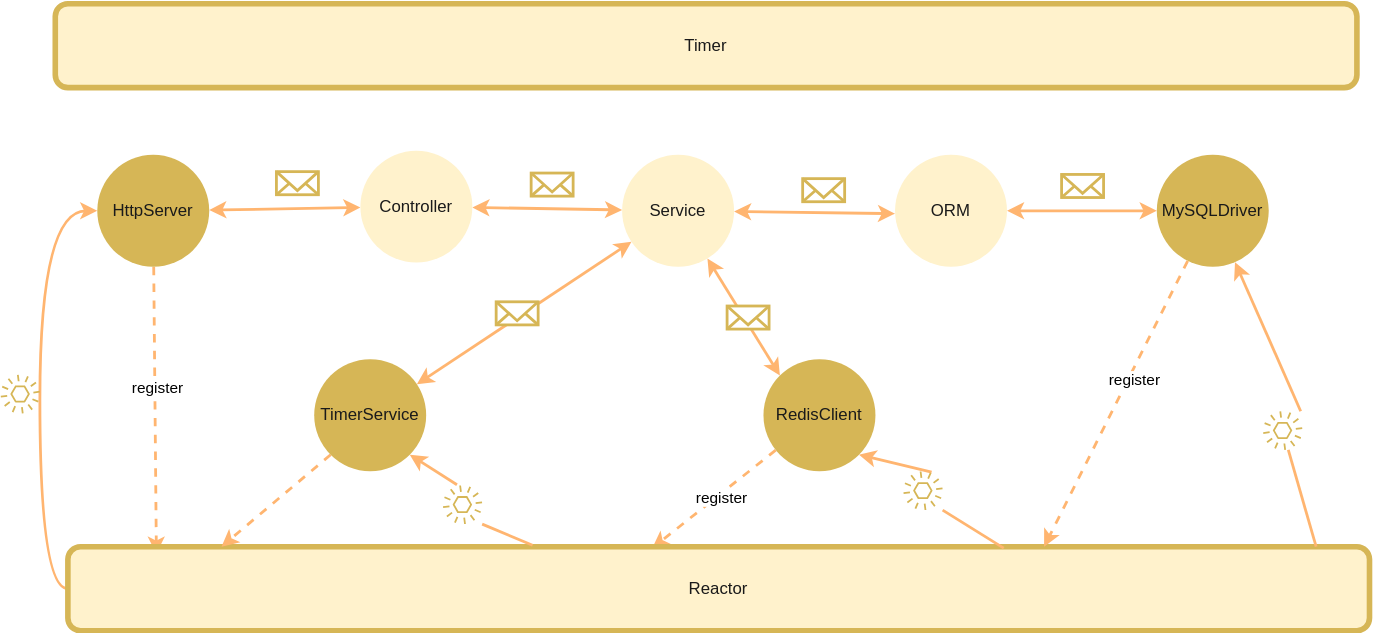
Before: docs/_assets/images/programming_model.drawio.svg, a diagram exported from draw.io (otavia-projects/otavia). Source tidied: cells renumbered, new cells last; positions are measured from the earlier drawing's top-left corner, leaving out a move shared by most shapes.
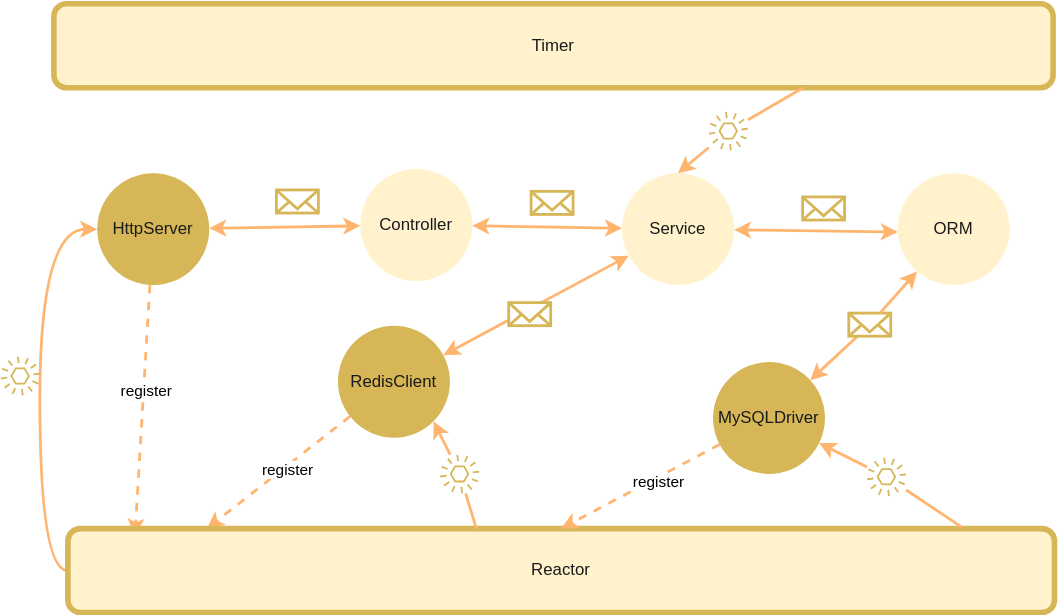
Later version of the same file.

Change to the diagram source:
```diff
@@ -12,24 +12,24 @@
       <mxGeometry x="-0.15" y="1" relative="1" as="geometry" />
     </mxCell>
     <mxCell id="5" value="&lt;font color=&quot;#1a1a1a&quot;&gt;HttpServer&lt;/font&gt;" style="ellipse;whiteSpace=wrap;html=1;fillColor=#D6B656;strokeColor=none;" parent="1" vertex="1">
-      <mxGeometry x="69" y="108" width="80" height="80" as="geometry" />
+      <mxGeometry x="69" y="134" width="80" height="80" as="geometry" />
     </mxCell>
     <mxCell id="6" style="edgeStyle=none;rounded=1;jettySize=auto;html=1;startArrow=classic;startFill=1;strokeWidth=2;strokeColor=#FFB570;" parent="1" edge="1" source="7" target="10">
       <mxGeometry relative="1" as="geometry" />
     </mxCell>
     <mxCell id="7" value="&lt;font color=&quot;#1a1a1a&quot;&gt;Controller&lt;/font&gt;" style="ellipse;whiteSpace=wrap;html=1;fillColor=#FFF2CC;fontColor=#ffffff;strokeColor=none;" parent="1" vertex="1">
-      <mxGeometry x="257" y="105" width="80" height="80" as="geometry" />
+      <mxGeometry x="257" y="131" width="80" height="80" as="geometry" />
     </mxCell>
     <mxCell id="8" style="edgeStyle=none;rounded=1;jettySize=auto;html=1;entryX=0;entryY=0.525;entryDx=0;entryDy=0;entryPerimeter=0;startArrow=classic;startFill=1;strokeWidth=2;strokeColor=#FFB570;" parent="1" edge="1" source="10" target="19">
       <mxGeometry relative="1" as="geometry" />
     </mxCell>
-    <mxCell id="9" style="edgeStyle=none;rounded=1;jettySize=auto;html=1;entryX=0;entryY=0;entryDx=0;entryDy=0;startArrow=classic;startFill=1;endArrow=classic;endFill=1;strokeWidth=2;strokeColor=#FFB570;" parent="1" edge="1" source="10" target="13">
+    <mxCell id="9" style="edgeStyle=none;rounded=1;jettySize=auto;html=1;startArrow=classic;startFill=1;endArrow=classic;endFill=1;strokeWidth=2;strokeColor=#FFB570;" parent="1" edge="1" source="10" target="13">
       <mxGeometry relative="1" as="geometry" />
     </mxCell>
     <mxCell id="10" value="&lt;font color=&quot;#1a1a1a&quot;&gt;Service&lt;/font&gt;" style="ellipse;whiteSpace=wrap;html=1;fillColor=#FFF2CC;fontColor=#ffffff;strokeColor=none;" parent="1" vertex="1">
-      <mxGeometry x="444" y="108" width="80" height="80" as="geometry" />
+      <mxGeometry x="444" y="134" width="80" height="80" as="geometry" />
     </mxCell>
-    <mxCell id="11" style="rounded=1;jettySize=auto;html=1;dashed=1;entryX=0.449;entryY=0.017;entryDx=0;entryDy=0;entryPerimeter=0;strokeWidth=2;strokeColor=#FFB570;" parent="1" edge="1" source="13" target="17">
+    <mxCell id="11" style="rounded=1;jettySize=auto;html=1;dashed=1;entryX=0.141;entryY=0;entryDx=0;entryDy=0;entryPerimeter=0;strokeWidth=2;strokeColor=#FFB570;" parent="1" edge="1" source="13" target="17">
       <mxGeometry relative="1" as="geometry" />
     </mxCell>
     <mxCell id="12" value="register" style="edgeLabel;html=1;align=center;verticalAlign=middle;" parent="11" vertex="1">
@@ -38,88 +38,79 @@
       </mxGeometry>
     </mxCell>
     <mxCell id="13" value="&lt;font color=&quot;#1a1a1a&quot;&gt;RedisClient&lt;/font&gt;" style="ellipse;whiteSpace=wrap;html=1;fillColor=#D6B656;fontColor=#f0f0f0;strokeColor=none;" parent="1" vertex="1">
-      <mxGeometry x="545" y="254" width="80" height="80" as="geometry" />
+      <mxGeometry x="241" y="243" width="80" height="80" as="geometry" />
     </mxCell>
     <mxCell id="14" style="edgeStyle=orthogonalEdgeStyle;jettySize=auto;html=1;entryX=0;entryY=0.5;entryDx=0;entryDy=0;exitX=0;exitY=0.5;exitDx=0;exitDy=0;curved=1;strokeWidth=2;strokeColor=#FFB570;" parent="1" edge="1" source="17" target="5">
       <mxGeometry relative="1" as="geometry" />
     </mxCell>
-    <mxCell id="15" style="rounded=1;jettySize=auto;html=1;entryX=1;entryY=1;entryDx=0;entryDy=0;exitX=0.719;exitY=0.017;exitDx=0;exitDy=0;exitPerimeter=0;startArrow=none;strokeWidth=2;strokeColor=#FFB570;" parent="1" edge="1" source="38" target="13">
+    <mxCell id="15" style="rounded=1;jettySize=auto;html=1;entryX=1;entryY=1;entryDx=0;entryDy=0;startArrow=none;strokeWidth=2;strokeColor=#FFB570;" parent="1" edge="1" source="38" target="13">
       <mxGeometry relative="1" as="geometry" />
     </mxCell>
-    <mxCell id="16" style="edgeStyle=none;rounded=1;jettySize=auto;html=1;entryX=1;entryY=1;entryDx=0;entryDy=0;startArrow=none;startFill=0;endArrow=classic;endFill=1;exitX=0.357;exitY=-0.017;exitDx=0;exitDy=0;exitPerimeter=0;strokeWidth=2;strokeColor=#FFB570;" parent="1" edge="1" source="36" target="26">
-      <mxGeometry relative="1" as="geometry" />
-    </mxCell>
     <mxCell id="17" value="&lt;font color=&quot;#1a1a1a&quot;&gt;Reactor&lt;/font&gt;" style="rounded=1;whiteSpace=wrap;html=1;fillColor=#fff2cc;strokeColor=#d6b656;strokeWidth=4;" parent="1" vertex="1">
-      <mxGeometry x="48" y="388" width="930" height="60" as="geometry" />
+      <mxGeometry x="48" y="388" width="705" height="60" as="geometry" />
     </mxCell>
-    <mxCell id="18" style="edgeStyle=none;rounded=1;jettySize=auto;html=1;entryX=0;entryY=0.5;entryDx=0;entryDy=0;startArrow=classic;startFill=1;strokeWidth=2;strokeColor=#FFB570;" parent="1" edge="1" source="19" target="23">
+    <mxCell id="18" style="edgeStyle=none;rounded=1;jettySize=auto;html=1;startArrow=none;startFill=1;strokeWidth=2;strokeColor=#FFB570;" parent="1" edge="1" source="30" target="23">
       <mxGeometry relative="1" as="geometry" />
     </mxCell>
     <mxCell id="19" value="&lt;font color=&quot;#1a1a1a&quot;&gt;ORM&lt;/font&gt;" style="ellipse;whiteSpace=wrap;html=1;fillColor=#FFF2CC;fontColor=#ffffff;strokeColor=none;" parent="1" vertex="1">
-      <mxGeometry x="639" y="108" width="80" height="80" as="geometry" />
+      <mxGeometry x="641" y="134" width="80" height="80" as="geometry" />
     </mxCell>
-    <mxCell id="20" style="edgeStyle=none;rounded=1;jettySize=auto;html=1;entryX=0.75;entryY=0;entryDx=0;entryDy=0;startArrow=none;startFill=0;endArrow=classic;endFill=1;dashed=1;strokeWidth=2;strokeColor=#FFB570;" parent="1" edge="1" source="23" target="17">
+    <mxCell id="20" style="edgeStyle=none;rounded=1;jettySize=auto;html=1;entryX=0.5;entryY=0;entryDx=0;entryDy=0;startArrow=none;startFill=0;endArrow=classic;endFill=1;dashed=1;strokeWidth=2;strokeColor=#FFB570;" parent="1" edge="1" source="23" target="17">
       <mxGeometry relative="1" as="geometry" />
     </mxCell>
     <mxCell id="21" value="register" style="edgeLabel;html=1;align=center;verticalAlign=middle;" parent="20" vertex="1">
       <mxGeometry x="-0.19" y="3" relative="1" as="geometry" />
     </mxCell>
-    <mxCell id="22" style="edgeStyle=none;rounded=1;jettySize=auto;html=1;entryX=0.959;entryY=0;entryDx=0;entryDy=0;entryPerimeter=0;startArrow=none;endArrow=none;strokeWidth=2;strokeColor=#FFB570;" parent="1" edge="1" source="34" target="17">
+    <mxCell id="22" style="edgeStyle=none;rounded=1;jettySize=auto;html=1;entryX=0.906;entryY=-0.017;entryDx=0;entryDy=0;entryPerimeter=0;startArrow=none;endArrow=none;strokeWidth=2;strokeColor=#FFB570;" parent="1" edge="1" source="34" target="17">
       <mxGeometry relative="1" as="geometry" />
     </mxCell>
     <mxCell id="23" value="&lt;font color=&quot;#1a1a1a&quot;&gt;MySQLDriver&lt;/font&gt;" style="ellipse;whiteSpace=wrap;html=1;fillColor=#D6B656;fontColor=#f0f0f0;strokeColor=none;" parent="1" vertex="1">
-      <mxGeometry x="826" y="108" width="80" height="80" as="geometry" />
+      <mxGeometry x="509" y="269" width="80" height="80" as="geometry" />
     </mxCell>
-    <mxCell id="24" style="edgeStyle=none;rounded=1;jettySize=auto;html=1;entryX=0.118;entryY=0;entryDx=0;entryDy=0;startArrow=none;startFill=0;exitX=0;exitY=1;exitDx=0;exitDy=0;dashed=1;entryPerimeter=0;strokeWidth=2;strokeColor=#FFB570;" parent="1" edge="1" source="26" target="17">
-      <mxGeometry relative="1" as="geometry" />
-    </mxCell>
-    <mxCell id="25" style="edgeStyle=none;rounded=1;jettySize=auto;html=1;startArrow=classic;startFill=1;endArrow=classic;endFill=1;strokeWidth=2;strokeColor=#FFB570;" parent="1" edge="1" source="26" target="10">
-      <mxGeometry relative="1" as="geometry" />
-    </mxCell>
-    <mxCell id="26" value="&lt;font color=&quot;#1a1a1a&quot;&gt;TimerService&lt;/font&gt;" style="ellipse;whiteSpace=wrap;html=1;fillColor=#D6B656;fontColor=#f0f0f0;strokeColor=none;" parent="1" vertex="1">
-      <mxGeometry x="224" y="254" width="80" height="80" as="geometry" />
-    </mxCell>
     <mxCell id="27" style="html=1;verticalLabelPosition=bottom;align=center;labelBackgroundColor=#ffffff;verticalAlign=top;strokeWidth=2;strokeColor=#D6B656;shadow=0;dashed=0;shape=mxgraph.ios7.icons.mail;" parent="1" vertex="1">
-      <mxGeometry x="197" y="120" width="30" height="16.5" as="geometry" />
+      <mxGeometry x="197" y="146" width="30" height="16.5" as="geometry" />
     </mxCell>
     <mxCell id="28" style="html=1;verticalLabelPosition=bottom;align=center;labelBackgroundColor=#ffffff;verticalAlign=top;strokeWidth=2;strokeColor=#D6B656;shadow=0;dashed=0;shape=mxgraph.ios7.icons.mail;" parent="1" vertex="1">
-      <mxGeometry x="379" y="121" width="30" height="16.5" as="geometry" />
+      <mxGeometry x="379" y="147" width="30" height="16.5" as="geometry" />
     </mxCell>
     <mxCell id="29" style="html=1;verticalLabelPosition=bottom;align=center;labelBackgroundColor=#ffffff;verticalAlign=top;strokeWidth=2;strokeColor=#D6B656;shadow=0;dashed=0;shape=mxgraph.ios7.icons.mail;" parent="1" vertex="1">
-      <mxGeometry x="573" y="125" width="30" height="16.5" as="geometry" />
+      <mxGeometry x="573" y="151" width="30" height="16.5" as="geometry" />
     </mxCell>
-    <mxCell id="30" style="html=1;verticalLabelPosition=bottom;align=center;labelBackgroundColor=#ffffff;verticalAlign=top;strokeWidth=2;strokeColor=#D6B656;shadow=0;dashed=0;shape=mxgraph.ios7.icons.mail;" parent="1" vertex="1">
-      <mxGeometry x="758" y="122" width="30" height="16.5" as="geometry" />
-    </mxCell>
-    <mxCell id="31" style="html=1;verticalLabelPosition=bottom;align=center;labelBackgroundColor=#ffffff;verticalAlign=top;strokeWidth=2;strokeColor=#D6B656;shadow=0;dashed=0;shape=mxgraph.ios7.icons.mail;" parent="1" vertex="1">
-      <mxGeometry x="354" y="213" width="30" height="16.5" as="geometry" />
-    </mxCell>
     <mxCell id="32" style="html=1;verticalLabelPosition=bottom;align=center;labelBackgroundColor=#ffffff;verticalAlign=top;strokeWidth=2;strokeColor=#D6B656;shadow=0;dashed=0;shape=mxgraph.ios7.icons.mail;" parent="1" vertex="1">
-      <mxGeometry x="519" y="216" width="30" height="16.5" as="geometry" />
+      <mxGeometry x="363" y="226.5" width="30" height="16.5" as="geometry" />
     </mxCell>
     <mxCell id="33" style="fontColor=#232F3E;gradientColor=none;fillColor=#D6B656;strokeColor=none;dashed=0;verticalLabelPosition=bottom;verticalAlign=top;align=center;html=1;fontSize=12;fontStyle=0;shape=mxgraph.aws4.event;" parent="1" vertex="1">
       <mxGeometry y="265" width="28" height="28" as="geometry" />
     </mxCell>
     <mxCell id="34" style="outlineConnect=0;fontColor=#232F3E;gradientColor=none;fillColor=#D6B656;strokeColor=none;dashed=0;verticalLabelPosition=bottom;verticalAlign=top;align=center;html=1;fontSize=12;fontStyle=0;shape=mxgraph.aws4.event;" parent="1" vertex="1">
-      <mxGeometry x="902" y="291" width="28" height="28" as="geometry" />
+      <mxGeometry x="619" y="337" width="28" height="28" as="geometry" />
     </mxCell>
-    <mxCell id="35" style="edgeStyle=none;rounded=1;jettySize=auto;html=1;entryX=0.959;entryY=0;entryDx=0;entryDy=0;entryPerimeter=0;startArrow=classic;startFill=1;endArrow=none;endFill=0;strokeWidth=2;strokeColor=#FFB570;" parent="1" edge="1" source="23" target="34">
+    <mxCell id="35" style="edgeStyle=none;rounded=1;jettySize=auto;html=1;startArrow=classic;startFill=1;endArrow=none;endFill=0;strokeWidth=2;strokeColor=#FFB570;" parent="1" edge="1" source="23" target="34">
       <mxGeometry relative="1" as="geometry" />
     </mxCell>
-    <mxCell id="36" style="outlineConnect=0;fontColor=#232F3E;gradientColor=none;fillColor=#D6B656;strokeColor=none;dashed=0;verticalLabelPosition=bottom;verticalAlign=top;align=center;html=1;fontSize=12;fontStyle=0;shape=mxgraph.aws4.event;" parent="1" vertex="1">
-      <mxGeometry x="316" y="344" width="28" height="28" as="geometry" />
-    </mxCell>
-    <mxCell id="37" style="edgeStyle=none;rounded=1;jettySize=auto;html=1;entryX=1;entryY=1;entryDx=0;entryDy=0;startArrow=none;startFill=0;endArrow=none;endFill=1;exitX=0.357;exitY=-0.017;exitDx=0;exitDy=0;exitPerimeter=0;strokeWidth=2;strokeColor=#FFB570;" parent="1" edge="1" source="17" target="36">
-      <mxGeometry relative="1" as="geometry" />
-    </mxCell>
     <mxCell id="38" style="outlineConnect=0;fontColor=#232F3E;gradientColor=none;fillColor=#D6B656;strokeColor=none;dashed=0;verticalLabelPosition=bottom;verticalAlign=top;align=center;html=1;fontSize=12;fontStyle=0;shape=mxgraph.aws4.event;" parent="1" vertex="1">
-      <mxGeometry x="645" y="334" width="28" height="28" as="geometry" />
+      <mxGeometry x="314" y="335" width="28" height="28" as="geometry" />
     </mxCell>
-    <mxCell id="39" style="rounded=1;jettySize=auto;html=1;entryX=1;entryY=1;entryDx=0;entryDy=0;exitX=0.719;exitY=0.017;exitDx=0;exitDy=0;exitPerimeter=0;endArrow=none;strokeWidth=2;strokeColor=#FFB570;" parent="1" edge="1" source="17" target="38">
+    <mxCell id="39" style="rounded=1;jettySize=auto;html=1;exitX=0.414;exitY=0;exitDx=0;exitDy=0;exitPerimeter=0;endArrow=none;strokeWidth=2;strokeColor=#FFB570;" parent="1" edge="1" source="17" target="38">
       <mxGeometry relative="1" as="geometry" />
     </mxCell>
     <mxCell id="40" value="&lt;font color=&quot;#1a1a1a&quot;&gt;Timer&lt;/font&gt;" style="rounded=1;whiteSpace=wrap;html=1;fillColor=#fff2cc;strokeColor=#d6b656;strokeWidth=4;" parent="1" vertex="1">
-      <mxGeometry x="39" width="930" height="60" as="geometry" />
+      <mxGeometry x="38" y="13" width="714" height="60" as="geometry" />
     </mxCell>
+    <mxCell id="30" style="html=1;verticalLabelPosition=bottom;align=center;labelBackgroundColor=#ffffff;verticalAlign=top;strokeWidth=2;strokeColor=#D6B656;shadow=0;dashed=0;shape=mxgraph.ios7.icons.mail;" parent="1" vertex="1">
+      <mxGeometry x="606" y="234" width="30" height="16.5" as="geometry" />
+    </mxCell>
+    <mxCell id="41" style="edgeStyle=none;rounded=1;jettySize=auto;html=1;startArrow=classic;startFill=1;strokeWidth=2;strokeColor=#FFB570;endArrow=none;" parent="1" edge="1" source="19" target="30">
+      <mxGeometry relative="1" as="geometry" />
+    </mxCell>
+    <mxCell id="42" style="edgeStyle=none;rounded=1;jettySize=auto;html=1;entryX=0.75;entryY=1;entryDx=0;entryDy=0;startArrow=none;endArrow=none;strokeWidth=2;strokeColor=#FFB570;" parent="1" edge="1" source="43" target="40">
+      <mxGeometry relative="1" as="geometry" />
+    </mxCell>
+    <mxCell id="43" style="outlineConnect=0;fontColor=#232F3E;gradientColor=none;fillColor=#D6B656;strokeColor=none;dashed=0;verticalLabelPosition=bottom;verticalAlign=top;align=center;html=1;fontSize=12;fontStyle=0;shape=mxgraph.aws4.event;" parent="1" vertex="1">
+      <mxGeometry x="506" y="90" width="28" height="28" as="geometry" />
+    </mxCell>
+    <mxCell id="44" style="edgeStyle=none;rounded=1;jettySize=auto;html=1;startArrow=classic;startFill=1;endArrow=none;endFill=0;strokeWidth=2;strokeColor=#FFB570;exitX=0.5;exitY=0;exitDx=0;exitDy=0;" parent="1" edge="1" source="10" target="43">
+      <mxGeometry relative="1" as="geometry" />
+    </mxCell>
   </root>
 </mxGraphModel>
```
